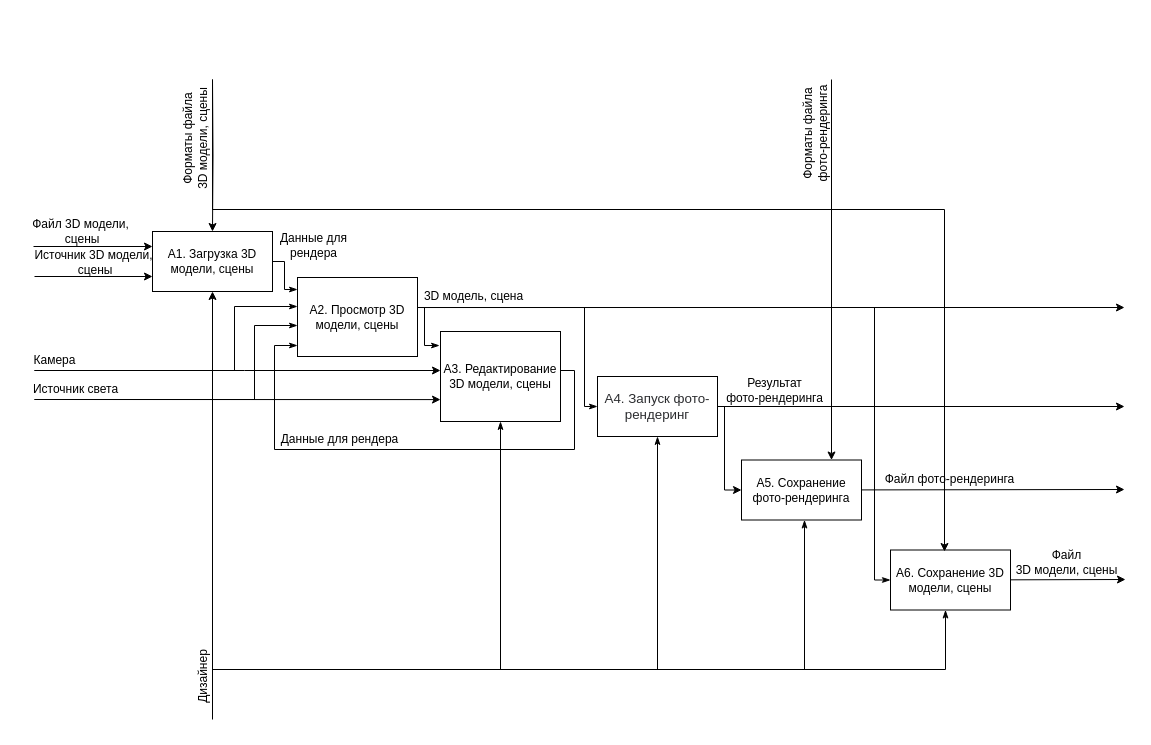
Above: page "A0_Details" (2 of 3) of module_2/IDEF0.drawio in SheinEA/gb_architect (draw.io), before the change. Source tidied: cells renumbered, new cells numbered last; positions are measured from the earlier drawing's top-left corner, leaving out a move shared by most shapes. Both pictures are drawn from the tidied source at 100%, with x=0, y=0 at pixel (24, 79).
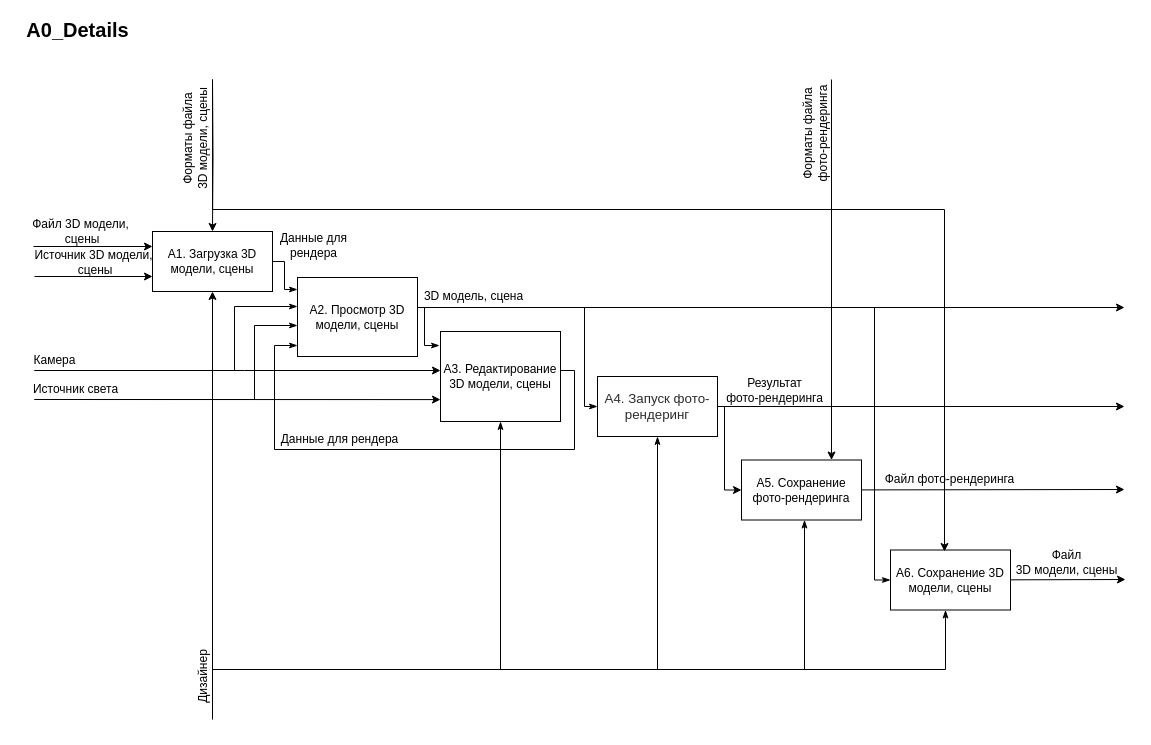
The same diagram, later.

Diff of the diagram source:
```diff
@@
+    <mxCell id="45" value="&lt;font style=&quot;font-size: 20px&quot;&gt;&lt;b&gt;A0_Details&lt;/b&gt;&lt;/font&gt;" style="text;html=1;align=center;verticalAlign=middle;strokeColor=none;" parent="1" vertex="1">
+      <mxGeometry x="-7" y="-60" width="120" height="20" as="geometry" />
+    </mxCell>
```
